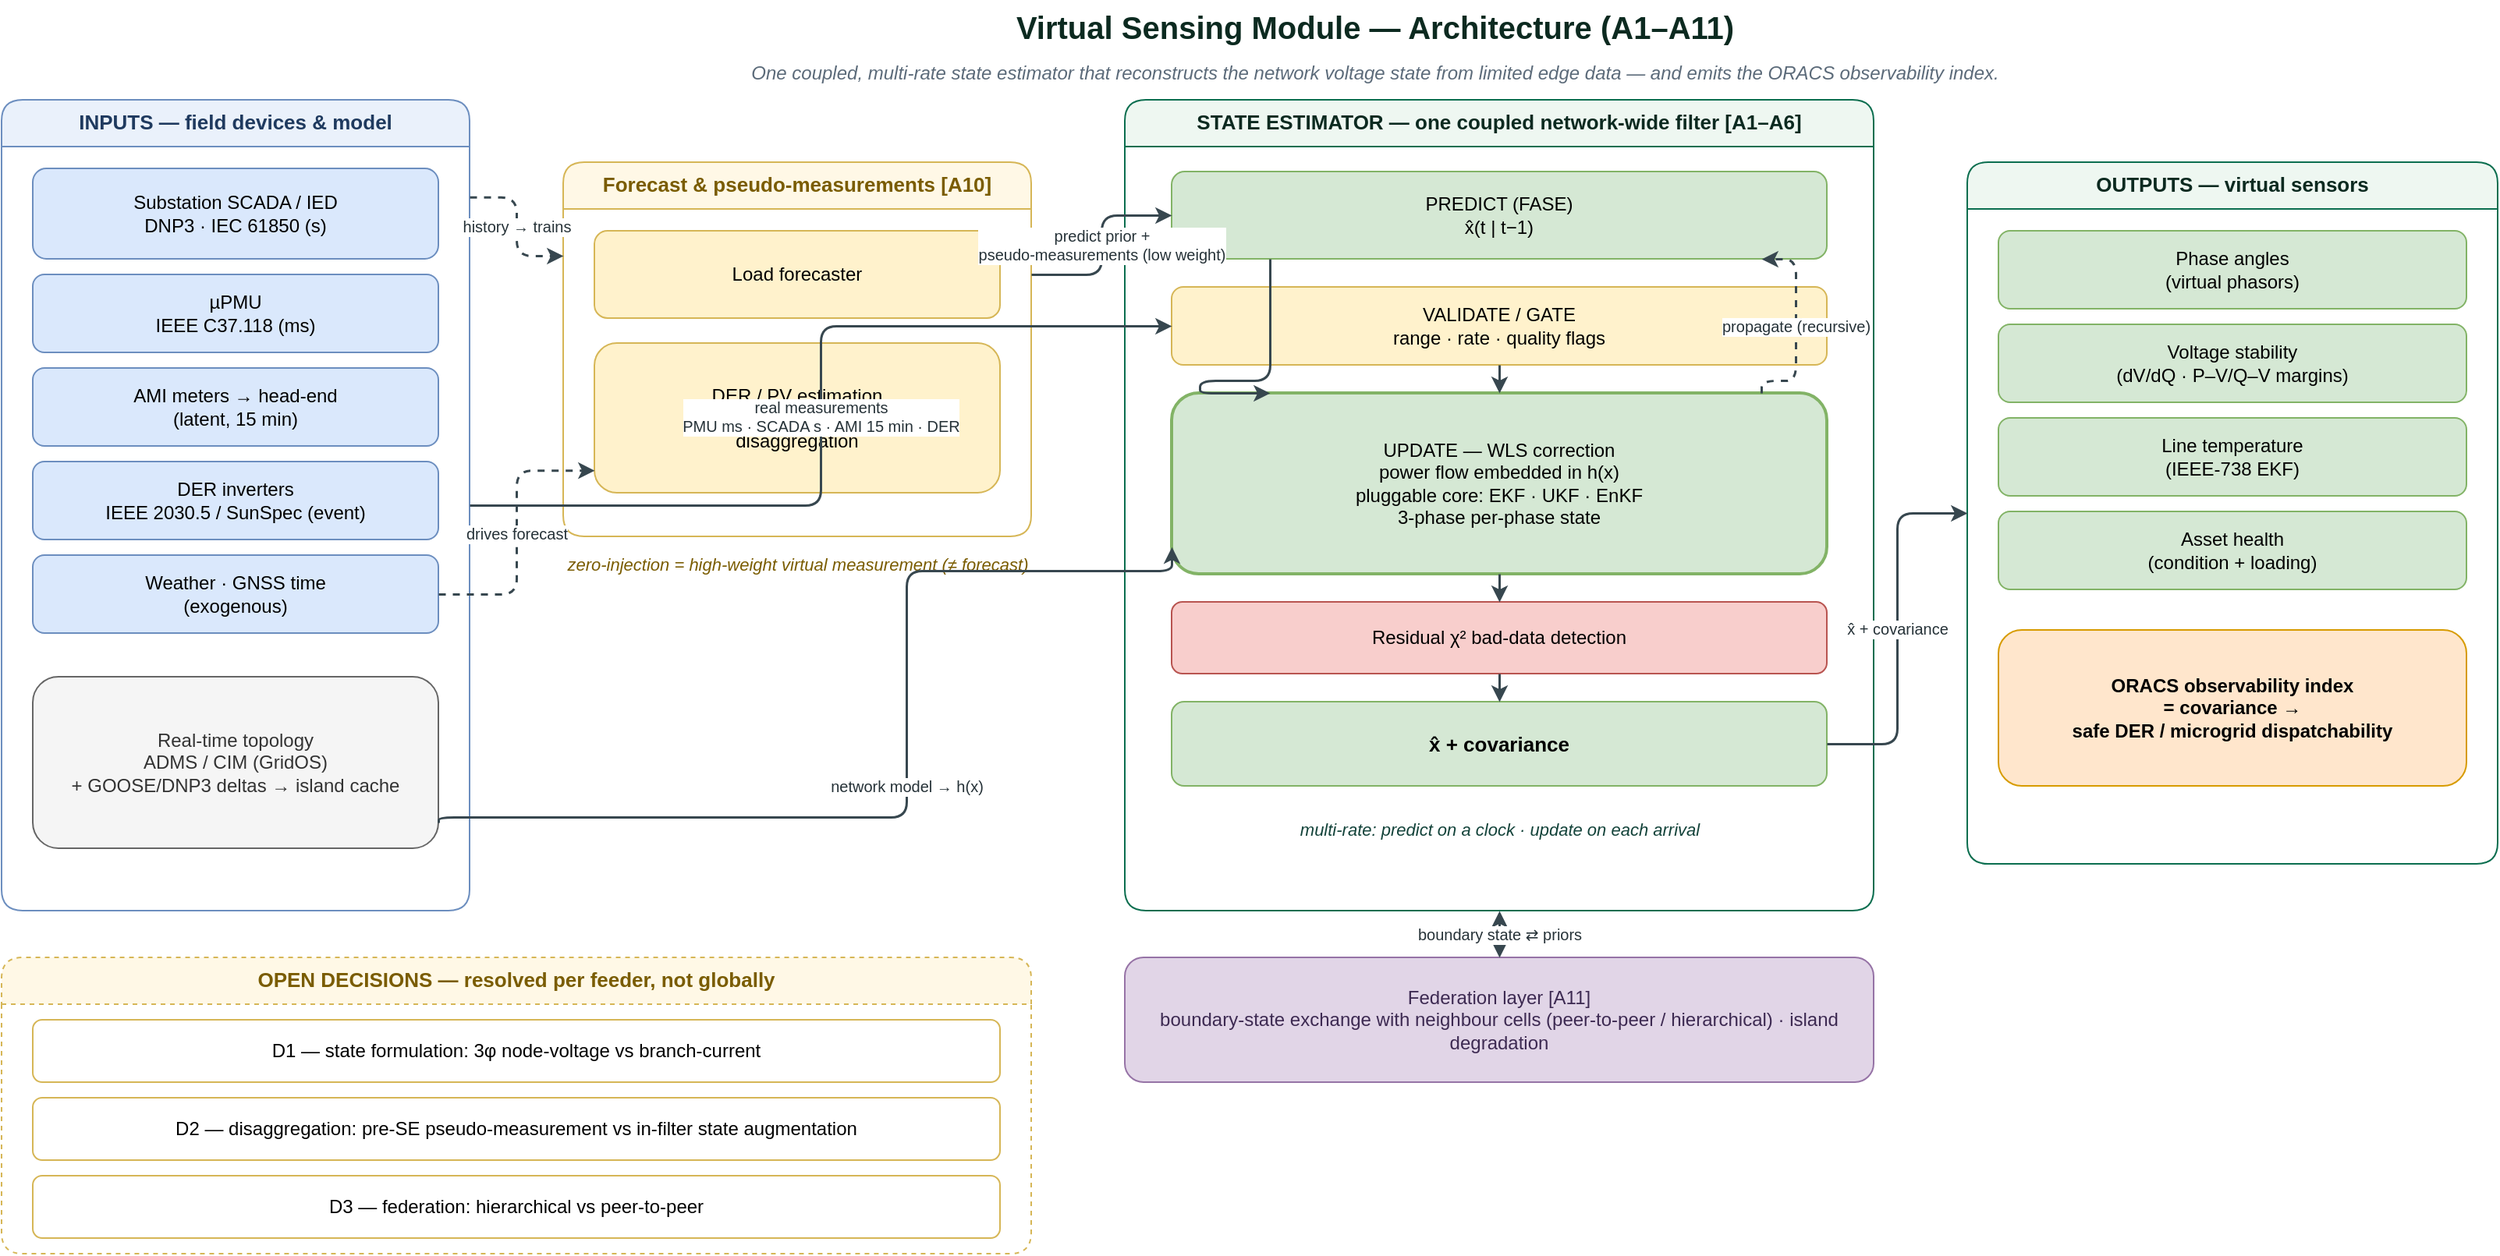
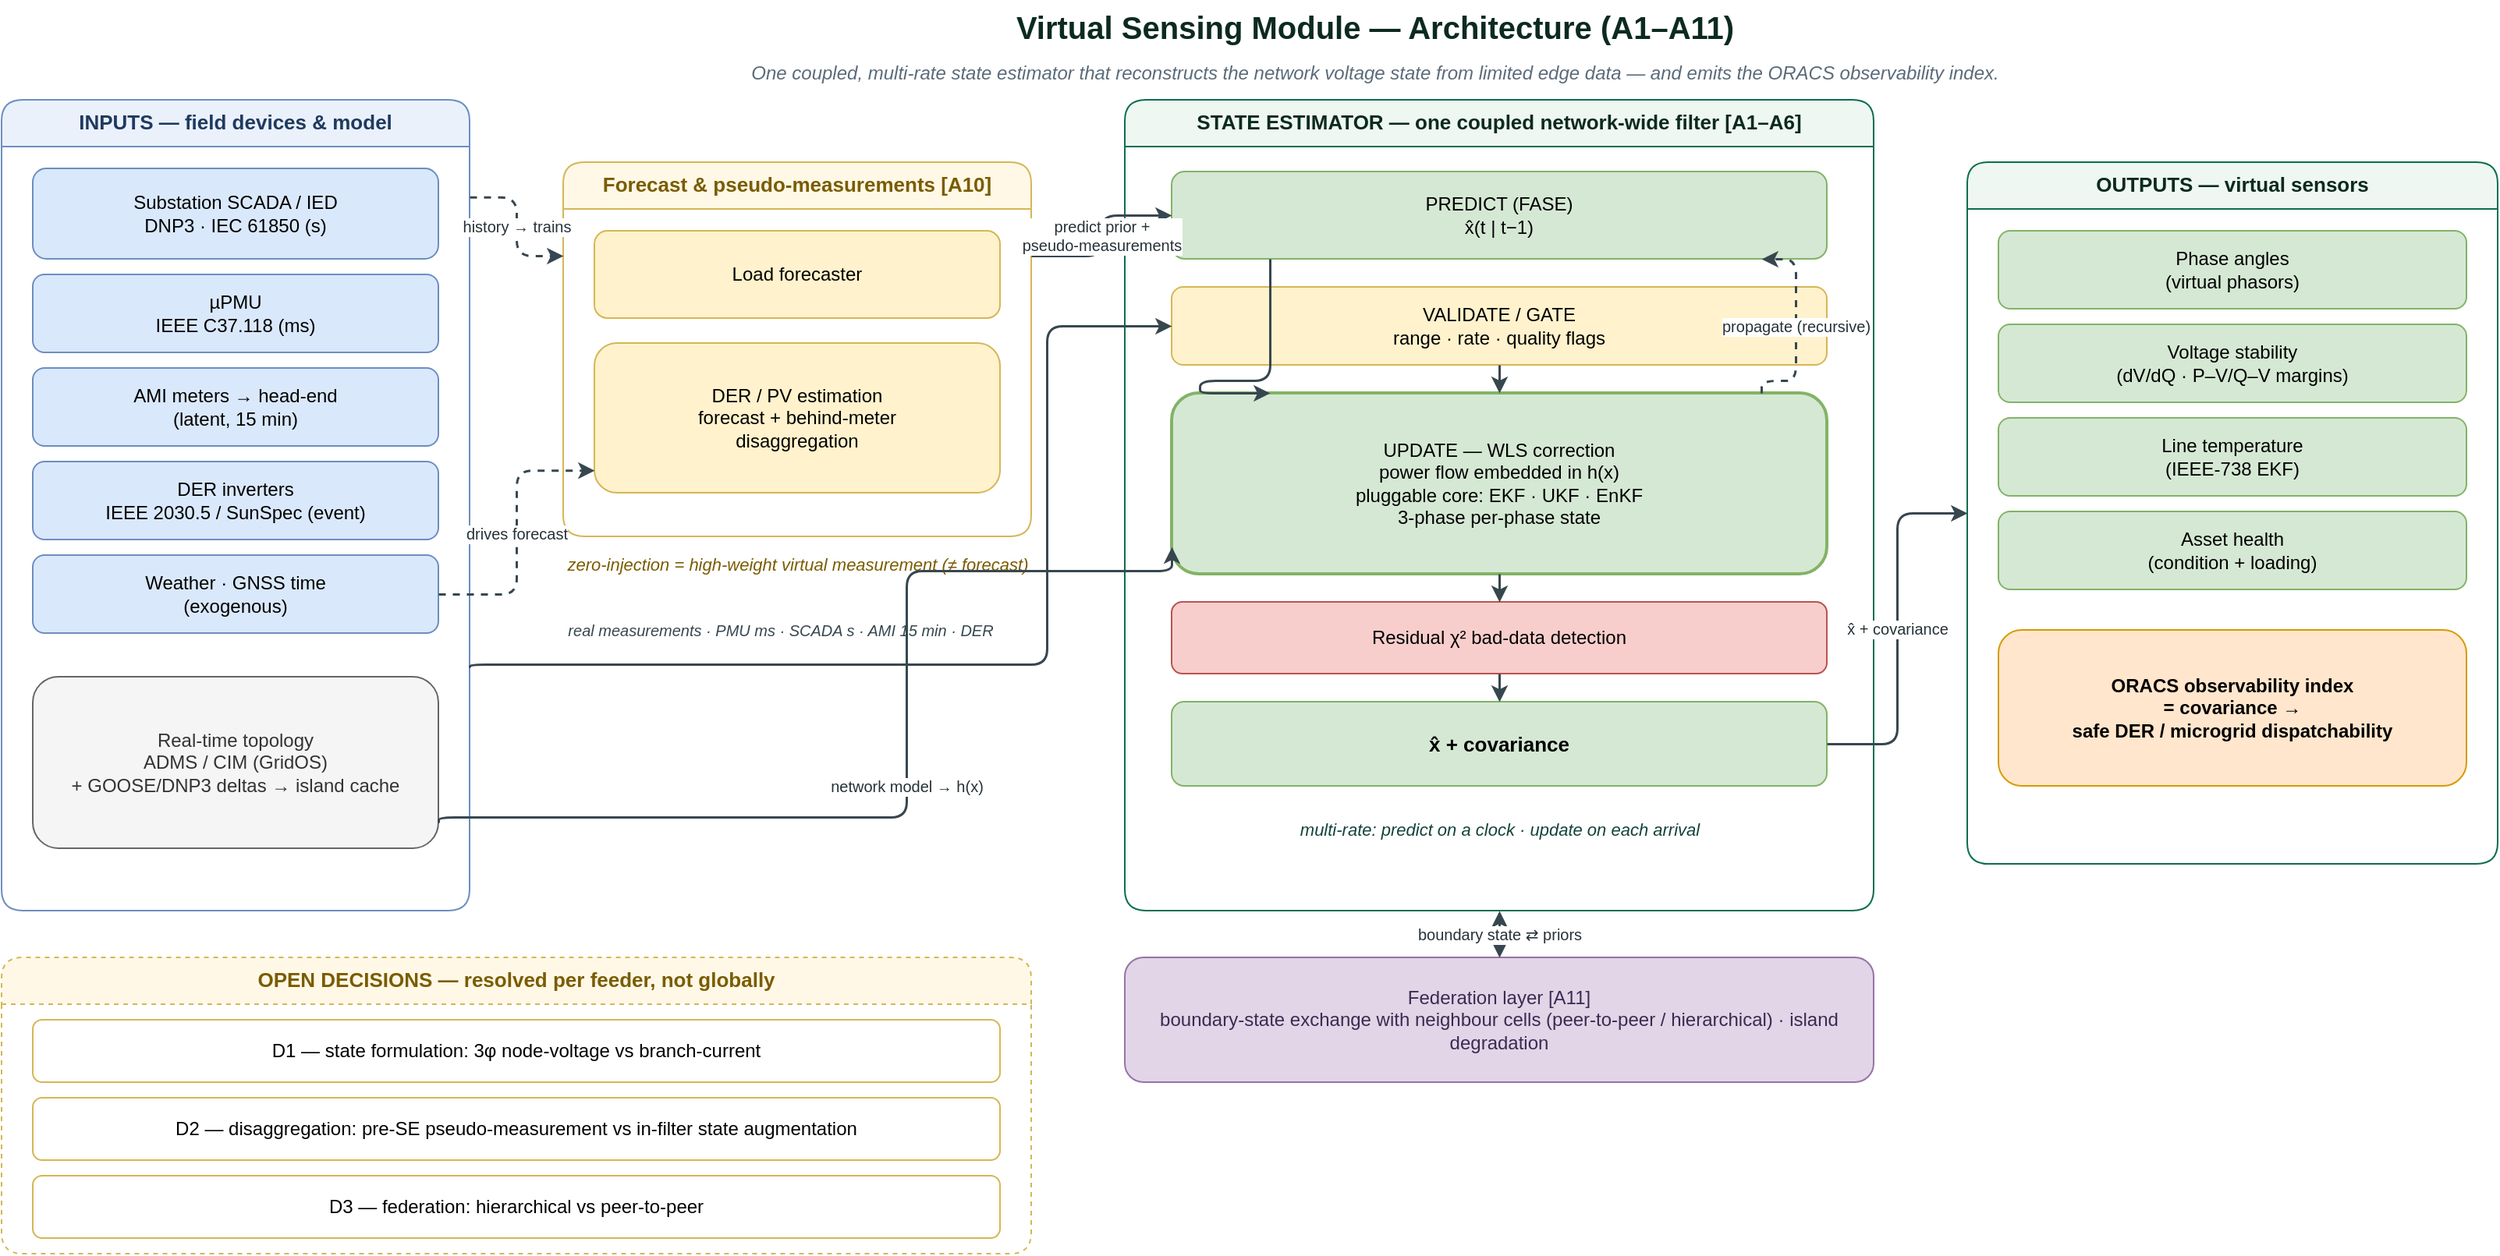
<?xml version="1.0" encoding="UTF-8"?>
<mxfile host="drawio" version="30.0.4">
  <diagram name="Virtual-Sensing-Module">
    <mxGraphModel dx="1400" dy="900" grid="1" gridSize="10" guides="1" tooltips="1" connect="1" arrows="1" fold="1" page="1" pageScale="1" pageWidth="1700" pageHeight="850" math="0" shadow="0">
      <root>
        <mxCell id="0" />
        <mxCell id="1" parent="0" />

        <mxCell id="title" value="Virtual Sensing Module — Architecture  (A1–A11)" style="text;html=1;align=center;verticalAlign=middle;fontSize=20;fontStyle=1;fontColor=#0c2a20;" vertex="1" parent="1">
          <mxGeometry x="600" y="16" width="640" height="34" as="geometry" />
        </mxCell>
        <mxCell id="subtitle" value="One coupled, multi-rate state estimator that reconstructs the network voltage state from limited edge data — and emits the ORACS observability index." style="text;html=1;align=center;verticalAlign=middle;fontSize=12;fontStyle=2;fontColor=#5c6b7a;" vertex="1" parent="1">
          <mxGeometry x="430" y="52" width="980" height="22" as="geometry" />
        </mxCell>

        <mxCell id="ga" value="INPUTS — field devices &amp; model" style="swimlane;startSize=30;html=1;whiteSpace=wrap;rounded=1;fillColor=#eaf1fb;strokeColor=#6c8ebf;fontStyle=1;fontSize=13;verticalAlign=top;fontColor=#1f3a5f;" vertex="1" parent="1">
          <mxGeometry x="40" y="80" width="300" height="520" as="geometry" />
        </mxCell>
        <mxCell id="a1" value="Substation SCADA / IED&#xa;DNP3 · IEC 61850  (s)" style="rounded=1;whiteSpace=wrap;html=1;fillColor=#dae8fc;strokeColor=#6c8ebf;fontSize=12;" vertex="1" parent="ga">
          <mxGeometry x="20" y="44" width="260" height="58" as="geometry" />
        </mxCell>
        <mxCell id="a2" value="µPMU&#xa;IEEE C37.118  (ms)" style="rounded=1;whiteSpace=wrap;html=1;fillColor=#dae8fc;strokeColor=#6c8ebf;fontSize=12;" vertex="1" parent="ga">
          <mxGeometry x="20" y="112" width="260" height="50" as="geometry" />
        </mxCell>
        <mxCell id="a3" value="AMI meters → head-end&#xa;(latent, 15 min)" style="rounded=1;whiteSpace=wrap;html=1;fillColor=#dae8fc;strokeColor=#6c8ebf;fontSize=12;" vertex="1" parent="ga">
          <mxGeometry x="20" y="172" width="260" height="50" as="geometry" />
        </mxCell>
        <mxCell id="a4" value="DER inverters&#xa;IEEE 2030.5 / SunSpec  (event)" style="rounded=1;whiteSpace=wrap;html=1;fillColor=#dae8fc;strokeColor=#6c8ebf;fontSize=12;" vertex="1" parent="ga">
          <mxGeometry x="20" y="232" width="260" height="50" as="geometry" />
        </mxCell>
        <mxCell id="a5" value="Weather · GNSS time&#xa;(exogenous)" style="rounded=1;whiteSpace=wrap;html=1;fillColor=#dae8fc;strokeColor=#6c8ebf;fontSize=12;" vertex="1" parent="ga">
          <mxGeometry x="20" y="292" width="260" height="50" as="geometry" />
        </mxCell>
        <mxCell id="a6" value="Real-time topology&#xa;ADMS / CIM (GridOS)&#xa;+ GOOSE/DNP3 deltas → island cache" style="rounded=1;whiteSpace=wrap;html=1;fillColor=#f5f5f5;strokeColor=#666666;fontColor=#333333;fontSize=12;" vertex="1" parent="ga">
          <mxGeometry x="20" y="370" width="260" height="110" as="geometry" />
        </mxCell>

        <mxCell id="gb" value="Forecast &amp; pseudo-measurements  [A10]" style="swimlane;startSize=30;html=1;whiteSpace=wrap;rounded=1;fillColor=#fff8e6;strokeColor=#d6b656;fontStyle=1;fontSize=13;verticalAlign=top;fontColor=#7a5c00;" vertex="1" parent="1">
          <mxGeometry x="400" y="120" width="300" height="240" as="geometry" />
        </mxCell>
        <mxCell id="b1" value="Load forecaster" style="rounded=1;whiteSpace=wrap;html=1;fillColor=#fff2cc;strokeColor=#d6b656;fontSize=12;" vertex="1" parent="gb">
          <mxGeometry x="20" y="44" width="260" height="56" as="geometry" />
        </mxCell>
        <mxCell id="b2" value="DER / PV estimation&#xa;forecast  +  behind-meter&#xa;disaggregation" style="rounded=1;whiteSpace=wrap;html=1;fillColor=#fff2cc;strokeColor=#d6b656;fontSize=12;" vertex="1" parent="gb">
          <mxGeometry x="20" y="116" width="260" height="96" as="geometry" />
        </mxCell>

        <mxCell id="tn1" value="zero-injection = high-weight virtual measurement  (≠ forecast)" style="text;html=1;align=center;verticalAlign=middle;fontSize=11;fontStyle=2;fontColor=#7a5c00;" vertex="1" parent="1">
          <mxGeometry x="400" y="366" width="300" height="24" as="geometry" />
        </mxCell>

        <mxCell id="gc" value="STATE ESTIMATOR — one coupled network-wide filter  [A1–A6]" style="swimlane;startSize=30;html=1;whiteSpace=wrap;rounded=1;fillColor=#eef7f1;strokeColor=#0b6e4f;fontStyle=1;fontSize=13;verticalAlign=top;fontColor=#0c2a20;" vertex="1" parent="1">
          <mxGeometry x="760" y="80" width="480" height="520" as="geometry" />
        </mxCell>
        <mxCell id="c1" value="PREDICT  (FASE)&#xa;x̂(t | t−1)" style="rounded=1;whiteSpace=wrap;html=1;fillColor=#d5e8d4;strokeColor=#82b366;fontSize=12;" vertex="1" parent="gc">
          <mxGeometry x="30" y="46" width="420" height="56" as="geometry" />
        </mxCell>
        <mxCell id="c2" value="VALIDATE / GATE&#xa;range · rate · quality flags" style="rounded=1;whiteSpace=wrap;html=1;fillColor=#fff2cc;strokeColor=#d6b656;fontSize=12;" vertex="1" parent="gc">
          <mxGeometry x="30" y="120" width="420" height="50" as="geometry" />
        </mxCell>
        <mxCell id="c3" value="UPDATE — WLS correction&#xa;power flow embedded in h(x)&#xa;pluggable core:  EKF · UKF · EnKF&#xa;3-phase per-phase state" style="rounded=1;whiteSpace=wrap;html=1;fillColor=#d5e8d4;strokeColor=#82b366;strokeWidth=2;fontSize=12;" vertex="1" parent="gc">
          <mxGeometry x="30" y="188" width="420" height="116" as="geometry" />
        </mxCell>
        <mxCell id="c4" value="Residual χ² bad-data detection" style="rounded=1;whiteSpace=wrap;html=1;fillColor=#f8cecc;strokeColor=#b85450;fontSize=12;" vertex="1" parent="gc">
          <mxGeometry x="30" y="322" width="420" height="46" as="geometry" />
        </mxCell>
        <mxCell id="c5" value="x̂   +   covariance" style="rounded=1;whiteSpace=wrap;html=1;fillColor=#d5e8d4;strokeColor=#82b366;fontStyle=1;fontSize=13;" vertex="1" parent="gc">
          <mxGeometry x="30" y="386" width="420" height="54" as="geometry" />
        </mxCell>
        <mxCell id="c6" value="multi-rate: predict on a clock · update on each arrival" style="text;html=1;align=center;verticalAlign=middle;fontSize=11;fontStyle=2;fontColor=#13433a;" vertex="1" parent="gc">
          <mxGeometry x="30" y="456" width="420" height="24" as="geometry" />
        </mxCell>

        <mxCell id="ge" value="OUTPUTS — virtual sensors" style="swimlane;startSize=30;html=1;whiteSpace=wrap;rounded=1;fillColor=#eef7f1;strokeColor=#0b6e4f;fontStyle=1;fontSize=13;verticalAlign=top;fontColor=#0c2a20;" vertex="1" parent="1">
          <mxGeometry x="1300" y="120" width="340" height="450" as="geometry" />
        </mxCell>
        <mxCell id="e1" value="Phase angles&#xa;(virtual phasors)" style="rounded=1;whiteSpace=wrap;html=1;fillColor=#d5e8d4;strokeColor=#82b366;fontSize=12;" vertex="1" parent="ge">
          <mxGeometry x="20" y="44" width="300" height="50" as="geometry" />
        </mxCell>
        <mxCell id="e2" value="Voltage stability&#xa;(dV/dQ · P–V/Q–V margins)" style="rounded=1;whiteSpace=wrap;html=1;fillColor=#d5e8d4;strokeColor=#82b366;fontSize=12;" vertex="1" parent="ge">
          <mxGeometry x="20" y="104" width="300" height="50" as="geometry" />
        </mxCell>
        <mxCell id="e3" value="Line temperature&#xa;(IEEE-738 EKF)" style="rounded=1;whiteSpace=wrap;html=1;fillColor=#d5e8d4;strokeColor=#82b366;fontSize=12;" vertex="1" parent="ge">
          <mxGeometry x="20" y="164" width="300" height="50" as="geometry" />
        </mxCell>
        <mxCell id="e4" value="Asset health&#xa;(condition + loading)" style="rounded=1;whiteSpace=wrap;html=1;fillColor=#d5e8d4;strokeColor=#82b366;fontSize=12;" vertex="1" parent="ge">
          <mxGeometry x="20" y="224" width="300" height="50" as="geometry" />
        </mxCell>
        <mxCell id="e5" value="ORACS observability index&#xa;= covariance  →&#xa;safe DER / microgrid dispatchability" style="rounded=1;whiteSpace=wrap;html=1;fillColor=#ffe6cc;strokeColor=#d79b00;fontStyle=1;fontSize=12;" vertex="1" parent="ge">
          <mxGeometry x="20" y="300" width="300" height="100" as="geometry" />
        </mxCell>

        <mxCell id="gf" value="Federation layer  [A11]&#xa;boundary-state exchange with neighbour cells (peer-to-peer / hierarchical) · island degradation" style="rounded=1;whiteSpace=wrap;html=1;fillColor=#e1d5e7;strokeColor=#9673a6;fontSize=12;fontColor=#3d2a52;" vertex="1" parent="1">
          <mxGeometry x="760" y="630" width="480" height="80" as="geometry" />
        </mxCell>

        <mxCell id="gg" value="OPEN DECISIONS — resolved per feeder, not globally" style="swimlane;startSize=30;html=1;whiteSpace=wrap;rounded=1;dashed=1;fillColor=#fff8e6;strokeColor=#d6b656;fontStyle=1;fontSize=13;verticalAlign=top;fontColor=#7a5c00;" vertex="1" parent="1">
          <mxGeometry x="40" y="630" width="660" height="190" as="geometry" />
        </mxCell>
        <mxCell id="g1" value="D1 — state formulation:   3φ node-voltage   vs   branch-current" style="rounded=1;whiteSpace=wrap;html=1;fillColor=#ffffff;strokeColor=#d6b656;fontSize=12;" vertex="1" parent="gg">
          <mxGeometry x="20" y="40" width="620" height="40" as="geometry" />
        </mxCell>
        <mxCell id="g2" value="D2 — disaggregation:   pre-SE pseudo-measurement   vs   in-filter state augmentation" style="rounded=1;whiteSpace=wrap;html=1;fillColor=#ffffff;strokeColor=#d6b656;fontSize=12;" vertex="1" parent="gg">
          <mxGeometry x="20" y="90" width="620" height="40" as="geometry" />
        </mxCell>
        <mxCell id="g3" value="D3 — federation:   hierarchical   vs   peer-to-peer" style="rounded=1;whiteSpace=wrap;html=1;fillColor=#ffffff;strokeColor=#d6b656;fontSize=12;" vertex="1" parent="gg">
          <mxGeometry x="20" y="140" width="620" height="40" as="geometry" />
        </mxCell>

-         <mxCell id="ed1" value="real measurements&#xa;PMU ms · SCADA s · AMI 15 min · DER" style="edgeStyle=orthogonalEdgeStyle;rounded=1;orthogonalLoop=1;jettySize=auto;html=1;strokeColor=#37474f;fontColor=#263238;labelBackgroundColor=#ffffff;strokeWidth=1.5;fontSize=10;exitX=1;exitY=0.5;exitDx=0;exitDy=0;entryX=0;entryY=0.5;entryDx=0;entryDy=0;" edge="1" parent="1" source="ga" target="c2">
-           <mxGeometry relative="1" as="geometry" />
+         <mxCell id="ed1" value="" style="edgeStyle=orthogonalEdgeStyle;rounded=1;orthogonalLoop=1;jettySize=auto;html=1;strokeColor=#37474f;fontColor=#263238;labelBackgroundColor=#ffffff;strokeWidth=1.5;fontSize=10;exitX=1;exitY=0.7;exitDx=0;exitDy=0;entryX=0;entryY=0.5;entryDx=0;entryDy=0;" edge="1" parent="1" source="ga" target="c2">
+           <mxGeometry relative="1" as="geometry">
+             <Array as="points">
+               <mxPoint x="710" y="442" />
+               <mxPoint x="710" y="225" />
+             </Array>
+           </mxGeometry>
+         </mxCell>
+         <mxCell id="tmeas" value="real measurements · PMU ms · SCADA s · AMI 15 min · DER" style="text;html=1;align=center;verticalAlign=middle;fontSize=10;fontStyle=2;fontColor=#37474f;" vertex="1" parent="1">
+           <mxGeometry x="378" y="408" width="322" height="24" as="geometry" />
        </mxCell>
        <mxCell id="ed2" value="network model → h(x)" style="edgeStyle=orthogonalEdgeStyle;rounded=1;orthogonalLoop=1;jettySize=auto;html=1;strokeColor=#37474f;fontColor=#263238;labelBackgroundColor=#ffffff;strokeWidth=1.5;fontSize=10;exitX=1;exitY=0.85;exitDx=0;exitDy=0;entryX=0;entryY=0.85;entryDx=0;entryDy=0;" edge="1" parent="1" source="a6" target="c3">
          <mxGeometry relative="1" as="geometry">
            <Array as="points">
              <mxPoint x="620" y="540" />
              <mxPoint x="620" y="382" />
            </Array>
          </mxGeometry>
        </mxCell>
        <mxCell id="ed3" value="drives forecast" style="edgeStyle=orthogonalEdgeStyle;rounded=1;orthogonalLoop=1;jettySize=auto;html=1;strokeColor=#37474f;fontColor=#263238;labelBackgroundColor=#ffffff;strokeWidth=1.5;dashed=1;fontSize=10;exitX=1;exitY=0.5;exitDx=0;exitDy=0;entryX=0;entryY=0.85;entryDx=0;entryDy=0;" edge="1" parent="1" source="a5" target="b2">
          <mxGeometry relative="1" as="geometry" />
        </mxCell>
        <mxCell id="ed4" value="history → trains" style="edgeStyle=orthogonalEdgeStyle;rounded=1;orthogonalLoop=1;jettySize=auto;html=1;strokeColor=#37474f;fontColor=#263238;labelBackgroundColor=#ffffff;strokeWidth=1.5;dashed=1;fontSize=10;exitX=1;exitY=0.12;exitDx=0;exitDy=0;entryX=0;entryY=0.25;entryDx=0;entryDy=0;" edge="1" parent="1" source="ga" target="gb">
          <mxGeometry relative="1" as="geometry" />
        </mxCell>
-         <mxCell id="ed5" value="predict prior +&#xa;pseudo-measurements (low weight)" style="edgeStyle=orthogonalEdgeStyle;rounded=1;orthogonalLoop=1;jettySize=auto;html=1;strokeColor=#37474f;fontColor=#263238;labelBackgroundColor=#ffffff;strokeWidth=1.5;fontSize=10;exitX=1;exitY=0.3;exitDx=0;exitDy=0;entryX=0;entryY=0.5;entryDx=0;entryDy=0;" edge="1" parent="1" source="gb" target="c1">
+         <mxCell id="ed5" value="predict prior +&#xa;pseudo-measurements" style="edgeStyle=orthogonalEdgeStyle;rounded=1;orthogonalLoop=1;jettySize=auto;html=1;strokeColor=#37474f;fontColor=#263238;labelBackgroundColor=#ffffff;strokeWidth=1.5;fontSize=10;exitX=1;exitY=0.25;exitDx=0;exitDy=0;entryX=0;entryY=0.5;entryDx=0;entryDy=0;" edge="1" parent="1" source="gb" target="c1">
          <mxGeometry relative="1" as="geometry" />
        </mxCell>
        <mxCell id="ed6" value="" style="edgeStyle=orthogonalEdgeStyle;rounded=1;orthogonalLoop=1;jettySize=auto;html=1;strokeColor=#37474f;fontColor=#263238;labelBackgroundColor=#ffffff;strokeWidth=1.5;exitX=0.15;exitY=1;exitDx=0;exitDy=0;entryX=0.15;entryY=0;entryDx=0;entryDy=0;" edge="1" parent="gc" source="c1" target="c3">
          <mxGeometry relative="1" as="geometry">
            <Array as="points">
              <mxPoint x="48" y="180" />
            </Array>
          </mxGeometry>
        </mxCell>
        <mxCell id="ed7" value="" style="edgeStyle=orthogonalEdgeStyle;rounded=1;orthogonalLoop=1;jettySize=auto;html=1;strokeColor=#37474f;fontColor=#263238;labelBackgroundColor=#ffffff;strokeWidth=1.5;exitX=0.5;exitY=1;exitDx=0;exitDy=0;entryX=0.5;entryY=0;entryDx=0;entryDy=0;" edge="1" parent="gc" source="c2" target="c3">
          <mxGeometry relative="1" as="geometry" />
        </mxCell>
        <mxCell id="ed8" value="" style="edgeStyle=orthogonalEdgeStyle;rounded=1;orthogonalLoop=1;jettySize=auto;html=1;strokeColor=#37474f;fontColor=#263238;labelBackgroundColor=#ffffff;strokeWidth=1.5;exitX=0.5;exitY=1;exitDx=0;exitDy=0;entryX=0.5;entryY=0;entryDx=0;entryDy=0;" edge="1" parent="gc" source="c3" target="c4">
          <mxGeometry relative="1" as="geometry" />
        </mxCell>
        <mxCell id="ed9" value="" style="edgeStyle=orthogonalEdgeStyle;rounded=1;orthogonalLoop=1;jettySize=auto;html=1;strokeColor=#37474f;fontColor=#263238;labelBackgroundColor=#ffffff;strokeWidth=1.5;exitX=0.5;exitY=1;exitDx=0;exitDy=0;entryX=0.5;entryY=0;entryDx=0;entryDy=0;" edge="1" parent="gc" source="c4" target="c5">
          <mxGeometry relative="1" as="geometry" />
        </mxCell>
        <mxCell id="ed10" value="propagate (recursive)" style="edgeStyle=orthogonalEdgeStyle;rounded=1;orthogonalLoop=1;jettySize=auto;html=1;strokeColor=#37474f;fontColor=#263238;labelBackgroundColor=#ffffff;strokeWidth=1.5;dashed=1;fontSize=10;exitX=0.9;exitY=0;exitDx=0;exitDy=0;entryX=0.9;entryY=1;entryDx=0;entryDy=0;" edge="1" parent="gc" source="c3" target="c1">
          <mxGeometry relative="1" as="geometry">
            <Array as="points">
              <mxPoint x="430" y="180" />
            </Array>
          </mxGeometry>
        </mxCell>
        <mxCell id="ed11" value="x̂ + covariance" style="edgeStyle=orthogonalEdgeStyle;rounded=1;orthogonalLoop=1;jettySize=auto;html=1;strokeColor=#37474f;fontColor=#263238;labelBackgroundColor=#ffffff;strokeWidth=1.5;fontSize=10;exitX=1;exitY=0.5;exitDx=0;exitDy=0;entryX=0;entryY=0.5;entryDx=0;entryDy=0;" edge="1" parent="1" source="c5" target="ge">
          <mxGeometry relative="1" as="geometry" />
        </mxCell>
        <mxCell id="ed12" value="boundary state ⇄ priors" style="edgeStyle=orthogonalEdgeStyle;rounded=1;orthogonalLoop=1;jettySize=auto;html=1;strokeColor=#37474f;fontColor=#263238;labelBackgroundColor=#ffffff;strokeWidth=1.5;fontSize=10;startArrow=classic;startFill=1;exitX=0.5;exitY=1;exitDx=0;exitDy=0;entryX=0.5;entryY=0;entryDx=0;entryDy=0;" edge="1" parent="1" source="gc" target="gf">
          <mxGeometry relative="1" as="geometry" />
        </mxCell>
      </root>
    </mxGraphModel>
  </diagram>
</mxfile>
